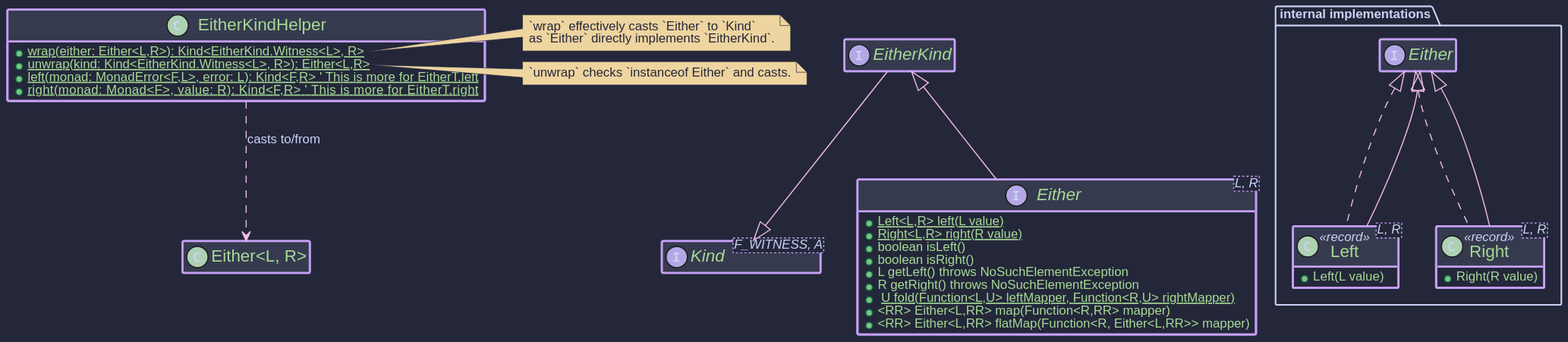
higher-kinded-j/higher-kinded-j keeps this PlantUML diagram as hkj-book/src/images/puml/either_type.svg. Above is the earlier version. The source it was exported from:
```plantuml
@startuml
!include https://raw.githubusercontent.com/ncosta-ic/catppuccin-macchiato-plantuml-theme/main/theme.puml

hide empty members
interface "Kind<F_WITNESS, A>" as Kind




  interface "Either<L, R>" as EitherInterface extends EitherKind<L,R> {
    + {static} Left<L,R> left(L value)
    + {static} Right<L,R> right(R value)
    + boolean isLeft()
    + boolean isRight()
    + L getLeft() throws NoSuchElementException
    + R getRight() throws NoSuchElementException
    + <U> U fold(Function<L,U> leftMapper, Function<R,U> rightMapper)
    + <RR> Either<L,RR> map(Function<R,RR> mapper)
    + <RR> Either<L,RR> flatMap(Function<R, Either<L,RR>> mapper)
  }

  package "internal implementations" {
    class "Left<L, R>" as LeftRecord <<record>> implements Either<L,R> {
    + Left(L value)
     }
    class "Right<L, R>" as RightRecord <<record>>  implements Either<L,R> {
    + Right(R value)
         }
  }
  Either <|-- LeftRecord
  Either <|-- RightRecord


  class EitherKindHelper {
    + {static} wrap(either: Either<L,R>): Kind<EitherKind.Witness<L>, R>
    + {static} unwrap(kind: Kind<EitherKind.Witness<L>, R>): Either<L,R>
    + {static} left(monad: MonadError<F,L>, error: L): Kind<F,R> ' This is more for EitherT.left
    + {static} right(monad: Monad<F>, value: R): Kind<F,R>      ' This is more for EitherT.right
  }
  note right of EitherKindHelper::wrap
    `wrap` effectively casts `Either` to `Kind`
    as `Either` directly implements `EitherKind`.
  end note
  note right of EitherKindHelper::unwrap
    `unwrap` checks `instanceof Either` and casts.
  end note

  EitherKindHelper ..> "Either<L, R>" : "casts to/from"

EitherKind --|> Kind
@enduml
```
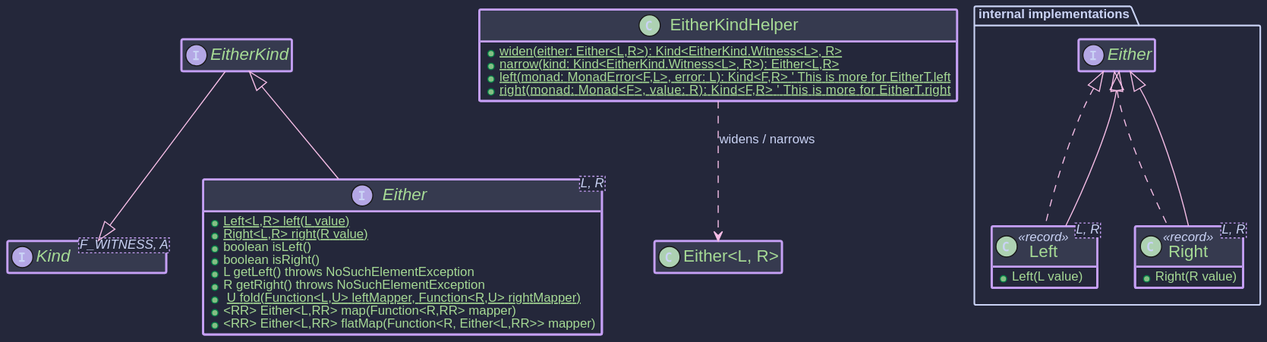
The same diagram one commit later.

Diff of the diagram source:
```diff
@@ -32,20 +32,14 @@
 
 
   class EitherKindHelper {
-    + {static} wrap(either: Either<L,R>): Kind<EitherKind.Witness<L>, R>
-    + {static} unwrap(kind: Kind<EitherKind.Witness<L>, R>): Either<L,R>
+    + {static} widen(either: Either<L,R>): Kind<EitherKind.Witness<L>, R>
+    + {static} narrow(kind: Kind<EitherKind.Witness<L>, R>): Either<L,R>
     + {static} left(monad: MonadError<F,L>, error: L): Kind<F,R> ' This is more for EitherT.left
     + {static} right(monad: Monad<F>, value: R): Kind<F,R>      ' This is more for EitherT.right
   }
-  note right of EitherKindHelper::wrap
-    `wrap` effectively casts `Either` to `Kind`
-    as `Either` directly implements `EitherKind`.
-  end note
-  note right of EitherKindHelper::unwrap
-    `unwrap` checks `instanceof Either` and casts.
-  end note
 
-  EitherKindHelper ..> "Either<L, R>" : "casts to/from"
+
+  EitherKindHelper ..> "Either<L, R>" : "widens / narrows"
 
 EitherKind --|> Kind
 @enduml
```
